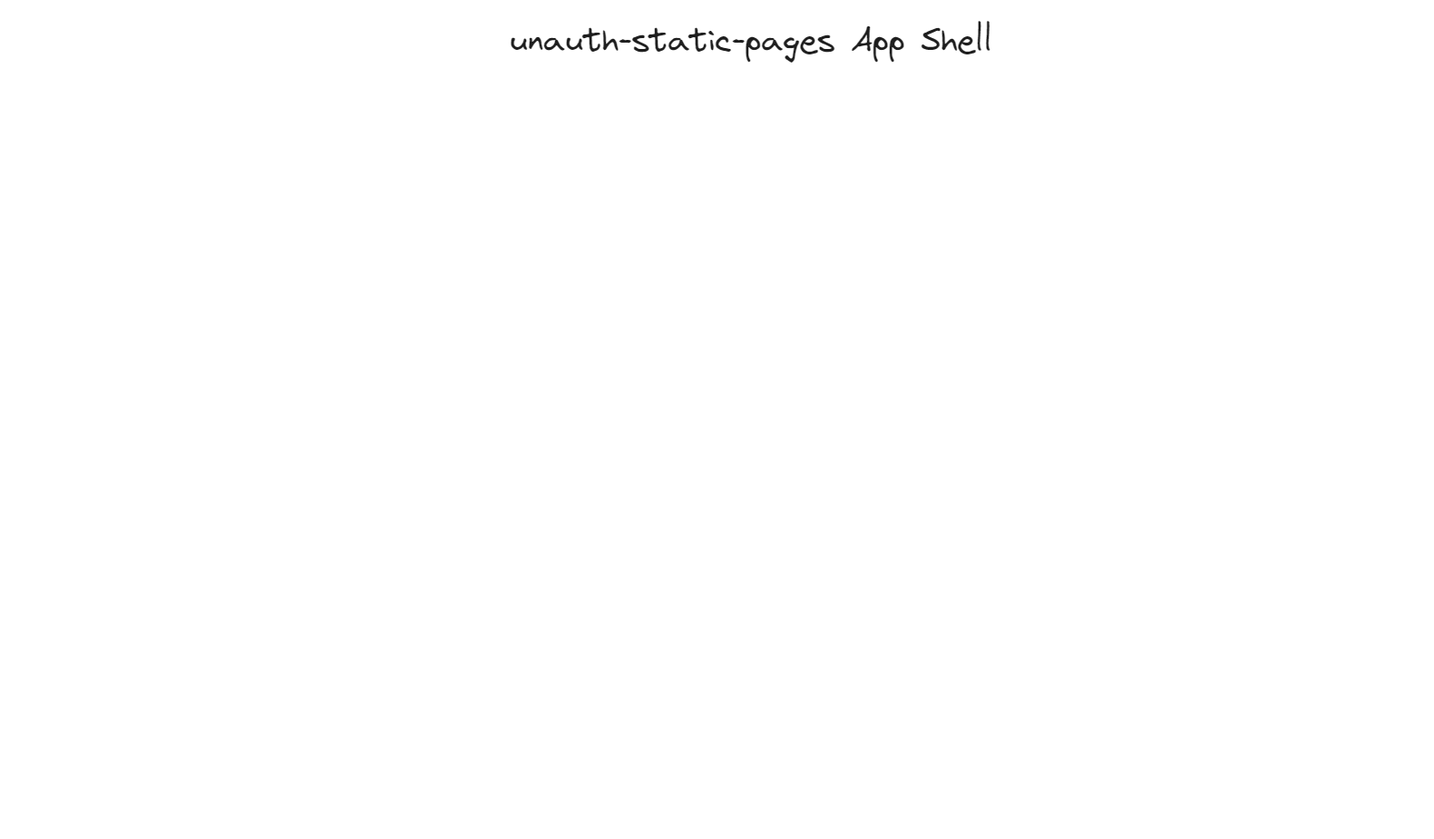
Above: outline/users/wireframes/self-profile.excalidraw.png in VerdanTech/Vdt-Webapp (Excalidraw), before the change. Source tidied: one line per element, renumbered; positions are measured from the earlier drawing's top-left corner, leaving out a move shared by most shapes.
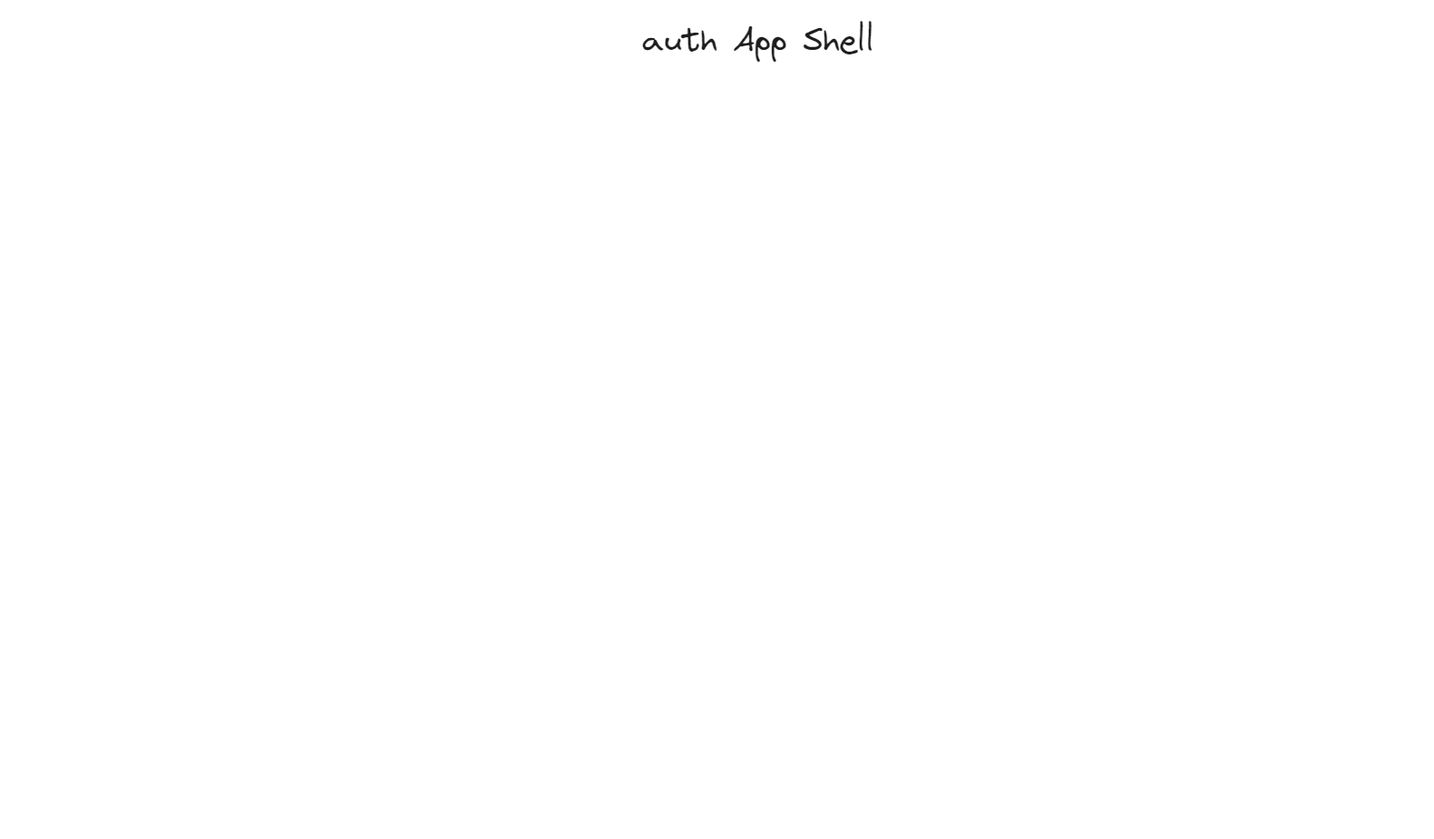
The same diagram one commit later.

Change to the diagram source:
```diff
@@ -1,2 +1,2 @@
-{"id": 0, "type": "text", "text": "unauth-static-pages App Shell", "strokeColor": "#1e1e1e", "backgroundColor": "#ffec99", "fillStyle": "hachure", "strokeWidth": 1, "roughness": 1, "fontSize": 36, "fontFamily": 1, "x": 562, "y": 22, "width": 532, "height": 45}
+{"id": 0, "type": "text", "text": "auth App Shell", "strokeColor": "#1e1e1e", "backgroundColor": "#ffec99", "fillStyle": "hachure", "strokeWidth": 1, "roughness": 1, "fontSize": 36, "fontFamily": 1, "x": 708, "y": 22, "width": 256, "height": 45}
 {"id": 1, "type": "frame", "strokeColor": "#bbb", "strokeWidth": 1, "roughness": 0, "x": 0, "y": 0, "width": 1581, "height": 925}
```
